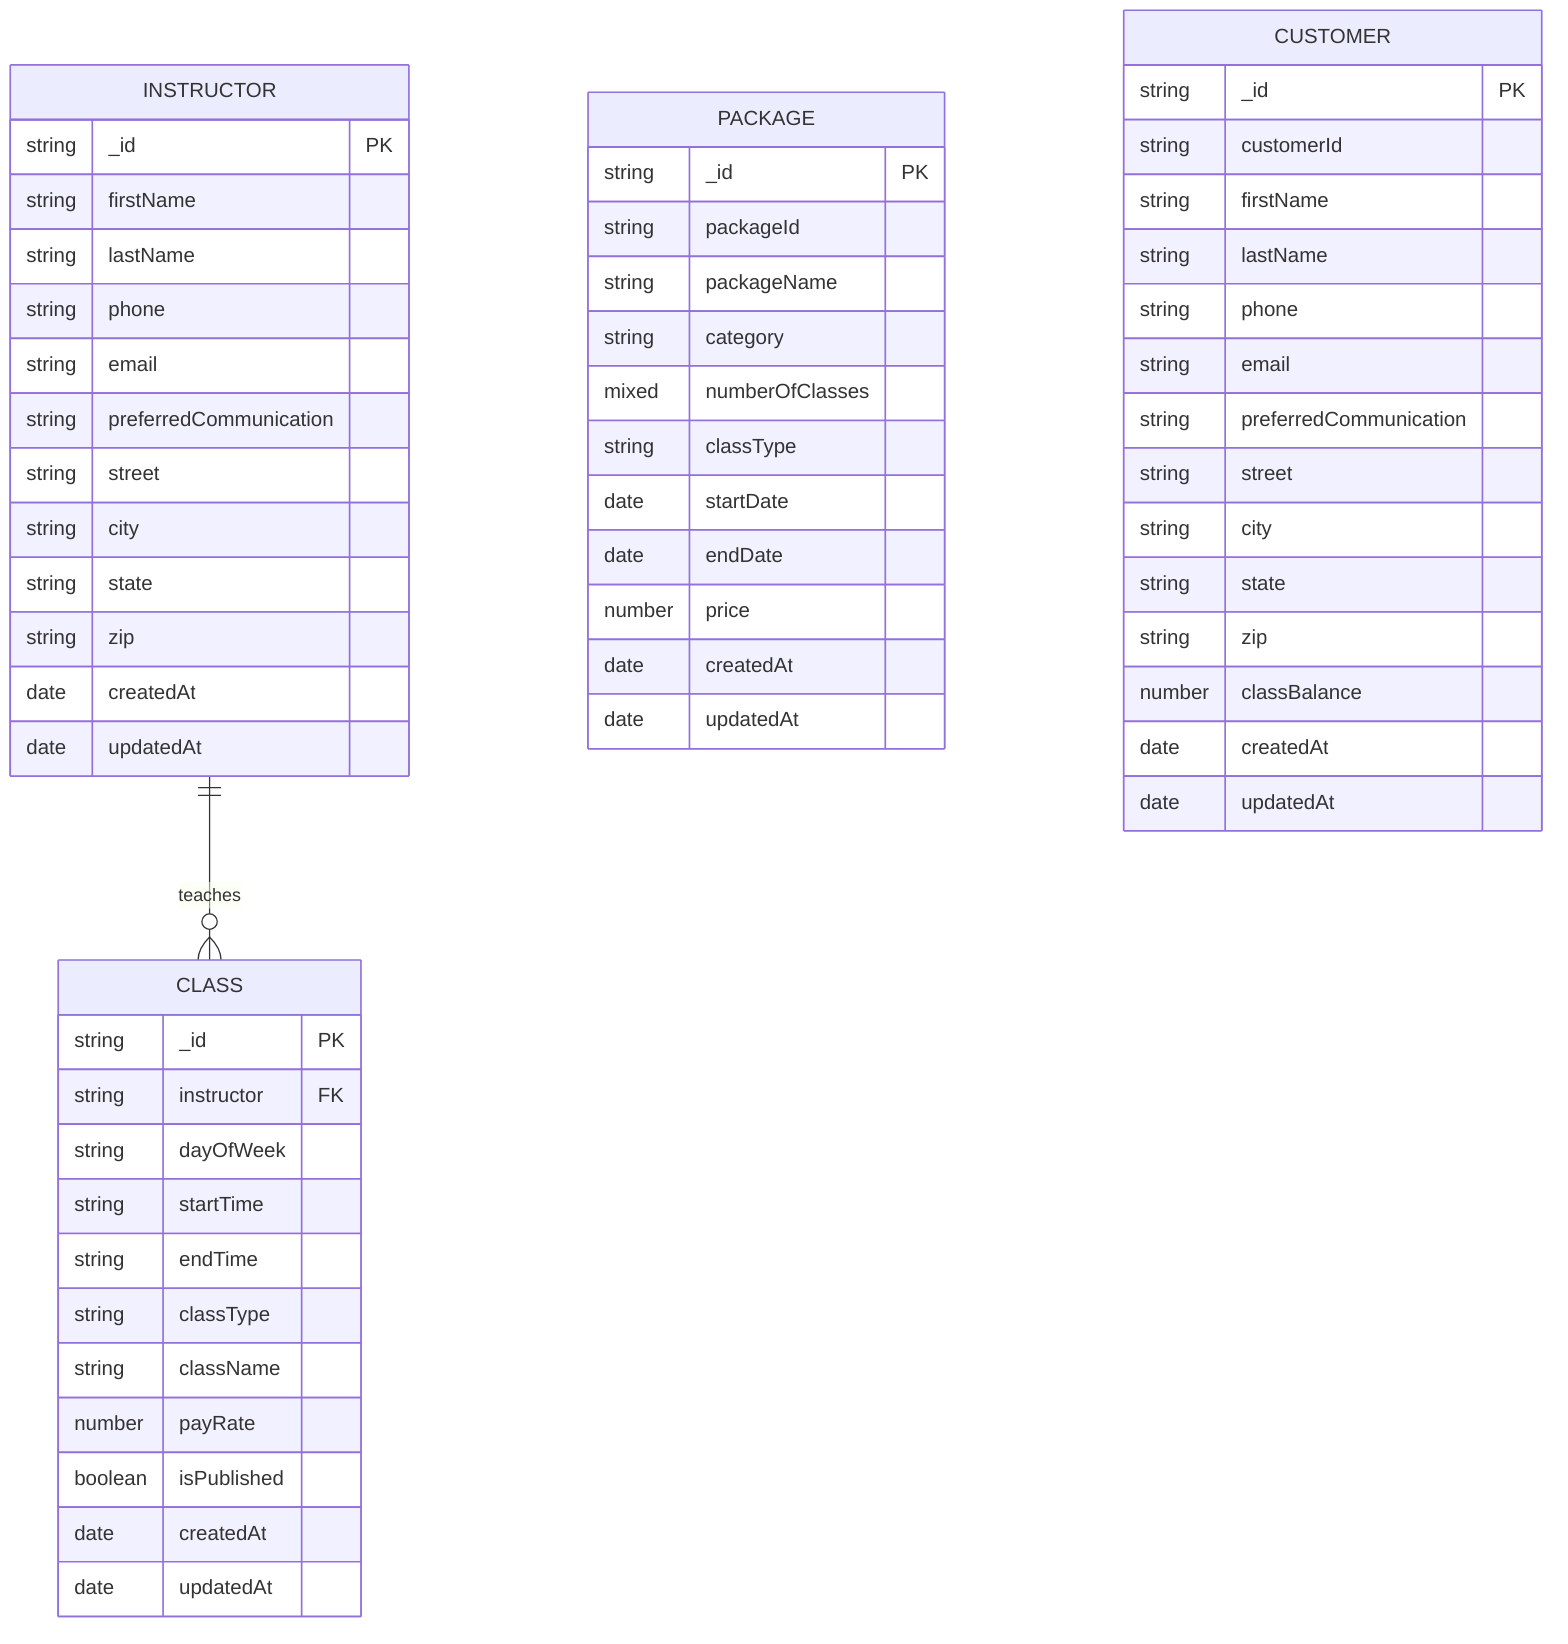
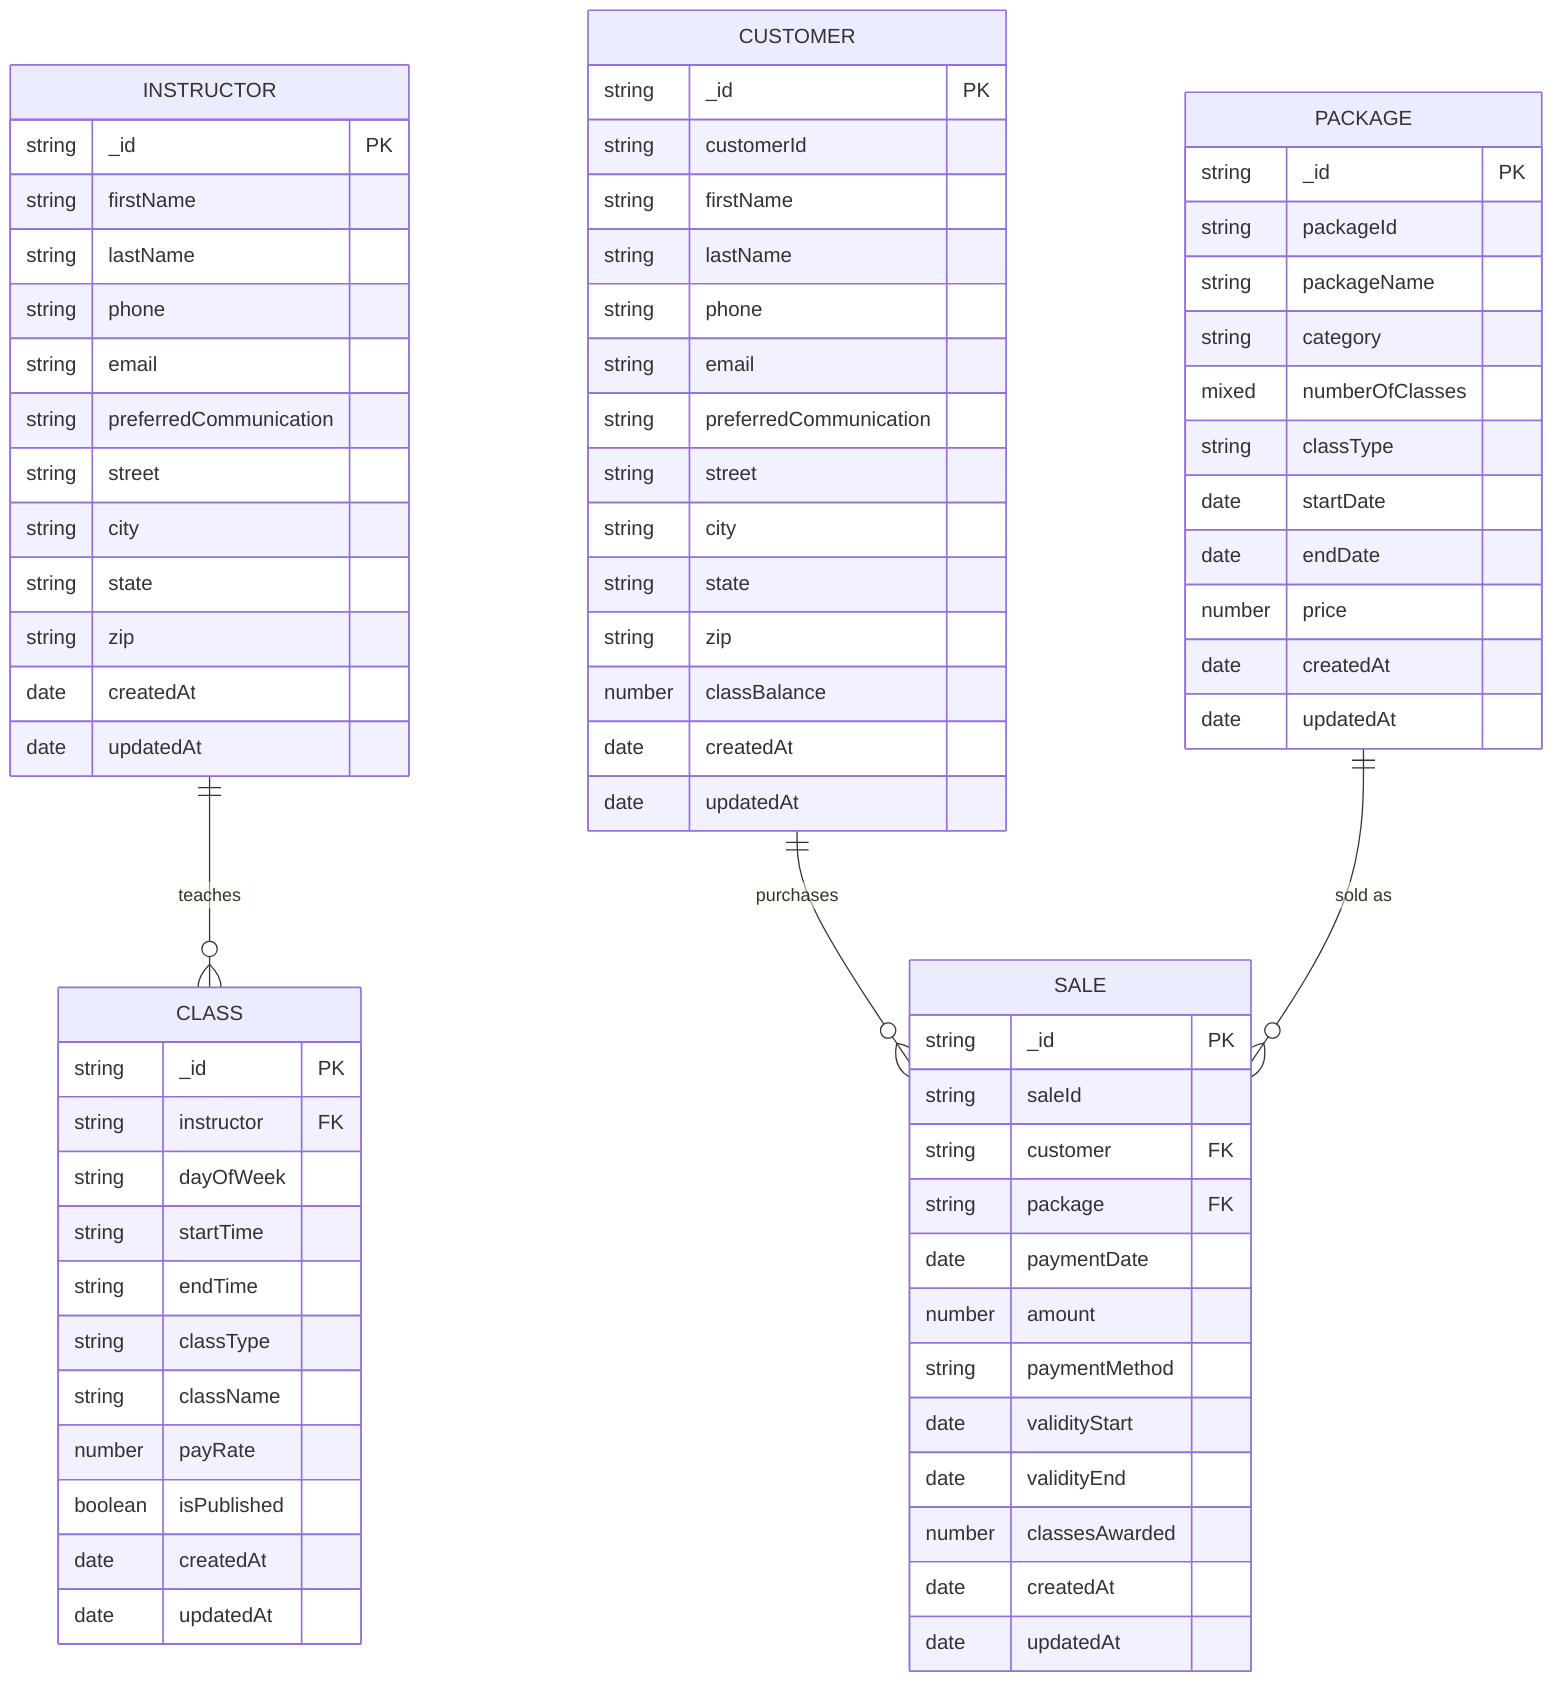
erDiagram
    INSTRUCTOR {
        string _id PK
        string firstName
        string lastName
        string phone
        string email
        string preferredCommunication
        string street
        string city
        string state
        string zip
        date createdAt
        date updatedAt
    }

    "CLASS" {
        string _id PK
        string instructor FK
        string dayOfWeek
        string startTime
        string endTime
        string classType
        string className
        number payRate
        boolean isPublished
        date createdAt
        date updatedAt
    }

    PACKAGE {
        string _id PK
        string packageId
        string packageName
        string category
        mixed numberOfClasses
        string classType
        date startDate
        date endDate
        number price
        date createdAt
        date updatedAt
    }

    CUSTOMER {
        string _id PK
        string customerId
        string firstName
        string lastName
        string phone
        string email
        string preferredCommunication
        string street
        string city
        string state
        string zip
        number classBalance
        date createdAt
        date updatedAt
    }

-     INSTRUCTOR ||--o{ "CLASS" : teaches+     SALE {
+         string _id PK
+         string saleId
+         string customer FK
+         string package FK
+         date paymentDate
+         number amount
+         string paymentMethod
+         date validityStart
+         date validityEnd
+         number classesAwarded
+         date createdAt
+         date updatedAt
+     }
+ 
+     INSTRUCTOR ||--o{ "CLASS" : teaches
+     CUSTOMER ||--o{ SALE : purchases
+     PACKAGE ||--o{ SALE : "sold as"
